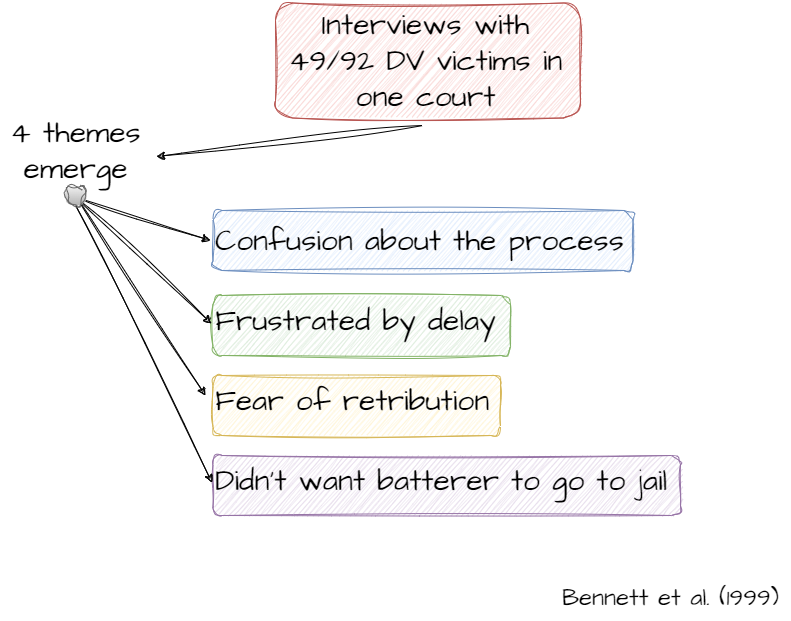
Earlier version of the draw.io export static/slides/crcj2510_ch2/bennett-et-al.png (jnixy/website). Source tidied: cells renumbered, new cells last; positions are measured from the earlier drawing's top-left corner, leaving out a move shared by most shapes. The source it was exported from:
```xml
<mxGraphModel>
  <root>
    <mxCell id="0" />
    <mxCell id="1" parent="0" />
    <mxCell id="2" style="rounded=1;whiteSpace=wrap;html=1;sketch=1;hachureGap=4;jiggle=2;curveFitting=1;fontFamily=Architects Daughter;fontSource=https%3A%2F%2Ffonts.googleapis.com%2Fcss%3Ffamily%3DArchitects%2BDaughter;fontSize=30;fillColor=#e1d5e7;strokeColor=#9673a6;" parent="1" vertex="1">
      <mxGeometry x="212.5" y="455" width="467.5" height="60" as="geometry" />
    </mxCell>
    <mxCell id="3" style="rounded=1;whiteSpace=wrap;html=1;sketch=1;hachureGap=4;jiggle=2;curveFitting=1;fontFamily=Architects Daughter;fontSource=https%3A%2F%2Ffonts.googleapis.com%2Fcss%3Ffamily%3DArchitects%2BDaughter;fontSize=30;fillColor=#fff2cc;strokeColor=#d6b656;" parent="1" vertex="1">
      <mxGeometry x="212.5" y="375" width="287.5" height="60" as="geometry" />
    </mxCell>
    <mxCell id="4" style="rounded=1;whiteSpace=wrap;html=1;sketch=1;hachureGap=4;jiggle=2;curveFitting=1;fontFamily=Architects Daughter;fontSource=https%3A%2F%2Ffonts.googleapis.com%2Fcss%3Ffamily%3DArchitects%2BDaughter;fontSize=30;fillColor=#d5e8d4;strokeColor=#82b366;" parent="1" vertex="1">
      <mxGeometry x="212.5" y="295" width="297.5" height="60" as="geometry" />
    </mxCell>
    <mxCell id="5" style="rounded=1;whiteSpace=wrap;html=1;sketch=1;hachureGap=4;jiggle=2;curveFitting=1;fontFamily=Architects Daughter;fontSource=https%3A%2F%2Ffonts.googleapis.com%2Fcss%3Ffamily%3DArchitects%2BDaughter;fontSize=30;fillColor=#dae8fc;strokeColor=#6c8ebf;" parent="1" vertex="1">
      <mxGeometry x="212.5" y="210" width="420" height="60" as="geometry" />
    </mxCell>
    <mxCell id="6" style="rounded=1;whiteSpace=wrap;html=1;sketch=1;hachureGap=4;jiggle=2;curveFitting=1;fontFamily=Architects Daughter;fontSource=https%3A%2F%2Ffonts.googleapis.com%2Fcss%3Ffamily%3DArchitects%2BDaughter;fontSize=30;fillColor=#f8cecc;strokeColor=#b85450;" parent="1" vertex="1">
      <mxGeometry x="275" y="2.5" width="305" height="115" as="geometry" />
    </mxCell>
    <mxCell id="7" value="&lt;font style=&quot;font-size: 30px;&quot;&gt;Interviews with&lt;br&gt;49/92 DV victims in&lt;br&gt;one court&lt;/font&gt;" style="text;html=1;align=center;verticalAlign=middle;points=[];strokeColor=none;fillColor=none;fontSize=26;fontFamily=Architects Daughter;sketch=1;hachureGap=4;jiggle=2;curveFitting=1;fontSource=https%3A%2F%2Ffonts.googleapis.com%2Fcss%3Ffamily%3DArchitects%2BDaughter;" parent="1" vertex="1">
      <mxGeometry x="275" width="300" height="120" as="geometry" />
    </mxCell>
    <mxCell id="8" value="Confusion about the process" style="text;html=1;align=left;verticalAlign=middle;strokeColor=none;fillColor=none;fontSize=30;fontFamily=Architects Daughter;sketch=1;hachureGap=4;jiggle=2;curveFitting=1;fontSource=https%3A%2F%2Ffonts.googleapis.com%2Fcss%3Ffamily%3DArchitects%2BDaughter;" parent="1" vertex="1">
      <mxGeometry x="212.5" y="215" width="430" height="50" as="geometry" />
    </mxCell>
    <mxCell id="9" value="Frustrated by delay" style="text;html=1;align=left;verticalAlign=middle;points=[];strokeColor=none;fillColor=none;fontSize=30;fontFamily=Architects Daughter;sketch=1;hachureGap=4;jiggle=2;curveFitting=1;fontSource=https%3A%2F%2Ffonts.googleapis.com%2Fcss%3Ffamily%3DArchitects%2BDaughter;" parent="1" vertex="1">
      <mxGeometry x="212.5" y="295" width="300" height="50" as="geometry" />
    </mxCell>
    <mxCell id="10" value="Fear of retribution" style="text;html=1;align=left;verticalAlign=middle;points=[];strokeColor=none;fillColor=none;fontSize=30;fontFamily=Architects Daughter;sketch=1;hachureGap=4;jiggle=2;curveFitting=1;fontSource=https%3A%2F%2Ffonts.googleapis.com%2Fcss%3Ffamily%3DArchitects%2BDaughter;" parent="1" vertex="1">
      <mxGeometry x="212.5" y="375" width="300" height="50" as="geometry" />
    </mxCell>
    <mxCell id="11" value="Didn't want batterer to go to jail" style="text;html=1;align=left;verticalAlign=middle;points=[];strokeColor=none;fillColor=none;fontSize=30;fontFamily=Architects Daughter;sketch=1;hachureGap=4;jiggle=2;curveFitting=1;fontSource=https%3A%2F%2Ffonts.googleapis.com%2Fcss%3Ffamily%3DArchitects%2BDaughter;" parent="1" vertex="1">
      <mxGeometry x="212.5" y="455" width="480" height="50" as="geometry" />
    </mxCell>
    <mxCell id="12" style="endArrow=classic;html=1;rounded=0;sketch=1;hachureGap=4;jiggle=2;curveFitting=1;fontFamily=Architects Daughter;fontSource=https%3A%2F%2Ffonts.googleapis.com%2Fcss%3Ffamily%3DArchitects%2BDaughter;fontSize=30;exitX=0.49;exitY=1.042;exitDx=0;exitDy=0;exitPerimeter=0;endFill=1;entryX=1.04;entryY=0.567;entryDx=0;entryDy=0;entryPerimeter=0;" parent="1" edge="1" source="7" target="17">
      <mxGeometry relative="1" as="geometry" />
    </mxCell>
    <mxCell id="13" style="endArrow=classic;html=1;rounded=0;sketch=1;hachureGap=4;jiggle=2;curveFitting=1;fontFamily=Architects Daughter;fontSource=https%3A%2F%2Ffonts.googleapis.com%2Fcss%3Ffamily%3DArchitects%2BDaughter;fontSize=30;exitX=0.527;exitY=1.033;exitDx=0;exitDy=0;exitPerimeter=0;" parent="1" edge="1" source="17">
      <mxGeometry relative="1" as="geometry">
        <mxPoint x="210" y="240" as="targetPoint" />
      </mxGeometry>
    </mxCell>
    <mxCell id="14" style="endArrow=classic;html=1;rounded=0;sketch=1;hachureGap=4;jiggle=2;curveFitting=1;fontFamily=Architects Daughter;fontSource=https%3A%2F%2Ffonts.googleapis.com%2Fcss%3Ffamily%3DArchitects%2BDaughter;fontSize=30;entryX=-0.005;entryY=0.56;entryDx=0;entryDy=0;entryPerimeter=0;exitX=0.5;exitY=1.022;exitDx=0;exitDy=0;exitPerimeter=0;" parent="1" edge="1" source="17" target="9">
      <mxGeometry relative="1" as="geometry" />
    </mxCell>
    <mxCell id="15" style="endArrow=classic;html=1;rounded=0;sketch=1;hachureGap=4;jiggle=2;curveFitting=1;fontFamily=Architects Daughter;fontSource=https%3A%2F%2Ffonts.googleapis.com%2Fcss%3Ffamily%3DArchitects%2BDaughter;fontSize=30;entryX=-0.025;entryY=0.4;entryDx=0;entryDy=0;entryPerimeter=0;exitX=0.5;exitY=1;exitDx=0;exitDy=0;exitPerimeter=0;" parent="1" edge="1" source="17" target="10">
      <mxGeometry relative="1" as="geometry" />
    </mxCell>
    <mxCell id="16" style="endArrow=classic;html=1;rounded=0;sketch=1;hachureGap=4;jiggle=2;curveFitting=1;fontFamily=Architects Daughter;fontSource=https%3A%2F%2Ffonts.googleapis.com%2Fcss%3Ffamily%3DArchitects%2BDaughter;fontSize=30;entryX=-0.002;entryY=0.544;entryDx=0;entryDy=0;entryPerimeter=0;exitX=0.513;exitY=1.011;exitDx=0;exitDy=0;exitPerimeter=0;startArrow=none;" parent="1" edge="1" source="19" target="11">
      <mxGeometry relative="1" as="geometry" />
    </mxCell>
    <mxCell id="17" value="4 themes&lt;br&gt;emerge" style="text;html=1;align=center;verticalAlign=middle;points=[];strokeColor=none;fillColor=none;fontSize=30;fontFamily=Architects Daughter;sketch=1;hachureGap=4;jiggle=2;curveFitting=1;fontSource=https%3A%2F%2Ffonts.googleapis.com%2Fcss%3Ffamily%3DArchitects%2BDaughter;" parent="1" vertex="1">
      <mxGeometry y="105" width="150" height="90" as="geometry" />
    </mxCell>
    <mxCell id="18" style="endArrow=none;html=1;rounded=0;sketch=1;hachureGap=4;jiggle=2;curveFitting=1;fontFamily=Architects Daughter;fontSource=https%3A%2F%2Ffonts.googleapis.com%2Fcss%3Ffamily%3DArchitects%2BDaughter;fontSize=30;entryX=-0.002;entryY=0.544;entryDx=0;entryDy=0;entryPerimeter=0;exitX=0.513;exitY=1.011;exitDx=0;exitDy=0;exitPerimeter=0;" parent="1" edge="1" source="17" target="19">
      <mxGeometry relative="1" as="geometry" />
    </mxCell>
    <mxCell id="19" style="ellipse;whiteSpace=wrap;html=1;sketch=1;hachureGap=4;jiggle=2;curveFitting=1;fontFamily=Architects Daughter;fontSource=https%3A%2F%2Ffonts.googleapis.com%2Fcss%3Ffamily%3DArchitects%2BDaughter;fontSize=30;fillColor=#f5f5f5;gradientColor=#b3b3b3;strokeColor=#666666;" parent="1" vertex="1">
      <mxGeometry x="65" y="185" width="20" height="20" as="geometry" />
    </mxCell>
    <mxCell id="20" value="&lt;font style=&quot;font-size: 24px;&quot;&gt;Bennett et al. (1999)&lt;/font&gt;" style="text;html=1;align=center;verticalAlign=middle;strokeColor=none;fillColor=none;fontSize=30;fontFamily=Architects Daughter;sketch=1;hachureGap=4;jiggle=2;curveFitting=1;fontSource=https%3A%2F%2Ffonts.googleapis.com%2Fcss%3Ffamily%3DArchitects%2BDaughter;" parent="1" vertex="1">
      <mxGeometry x="550" y="570" width="240" height="50" as="geometry" />
    </mxCell>
  </root>
</mxGraphModel>
```
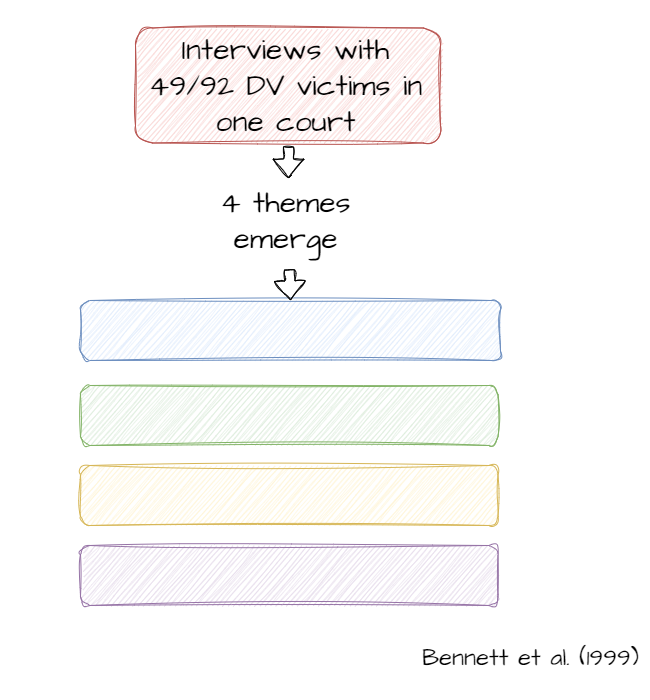
The same file after the commit.

Change to the diagram source:
```diff
@@ -2,64 +2,41 @@
   <root>
     <mxCell id="0" />
     <mxCell id="1" parent="0" />
+    <mxCell id="6" style="rounded=1;whiteSpace=wrap;html=1;sketch=1;hachureGap=4;jiggle=2;curveFitting=1;fontFamily=Architects Daughter;fontSource=https%3A%2F%2Ffonts.googleapis.com%2Fcss%3Ffamily%3DArchitects%2BDaughter;fontSize=30;fillColor=#f8cecc;strokeColor=#b85450;" parent="1" vertex="1">
+      <mxGeometry x="275" y="2.5" width="305" height="115" as="geometry" />
+    </mxCell>
+    <mxCell id="7" value="&lt;font style=&quot;font-size: 30px;&quot;&gt;Interviews with&lt;br&gt;49/92 DV victims in&lt;br&gt;one court&lt;/font&gt;" style="text;html=1;align=center;verticalAlign=middle;points=[];strokeColor=none;fillColor=none;fontSize=26;fontFamily=Architects Daughter;sketch=1;hachureGap=4;jiggle=2;curveFitting=1;fontSource=https%3A%2F%2Ffonts.googleapis.com%2Fcss%3Ffamily%3DArchitects%2BDaughter;" parent="1" vertex="1">
+      <mxGeometry x="275" width="300" height="120" as="geometry" />
+    </mxCell>
+    <mxCell id="17" value="4 themes&lt;br&gt;emerge" style="text;html=1;align=center;verticalAlign=middle;points=[];strokeColor=none;fillColor=none;fontSize=30;fontFamily=Architects Daughter;sketch=1;hachureGap=4;jiggle=2;curveFitting=1;fontSource=https%3A%2F%2Ffonts.googleapis.com%2Fcss%3Ffamily%3DArchitects%2BDaughter;" parent="1" vertex="1">
+      <mxGeometry x="350" y="150" width="150" height="90" as="geometry" />
+    </mxCell>
+    <mxCell id="20" value="&lt;font style=&quot;font-size: 24px;&quot;&gt;Bennett et al. (1999)&lt;/font&gt;" style="text;html=1;align=center;verticalAlign=middle;strokeColor=none;fillColor=none;fontSize=30;fontFamily=Architects Daughter;sketch=1;hachureGap=4;jiggle=2;curveFitting=1;fontSource=https%3A%2F%2Ffonts.googleapis.com%2Fcss%3Ffamily%3DArchitects%2BDaughter;" parent="1" vertex="1">
+      <mxGeometry x="550" y="605" width="240" height="50" as="geometry" />
+    </mxCell>
+    <mxCell id="21" style="group;" parent="1" vertex="1">
+      <mxGeometry x="220" y="275" width="420" height="305" as="geometry" />
+    </mxCell>
-    <mxCell id="2" style="rounded=1;whiteSpace=wrap;html=1;sketch=1;hachureGap=4;jiggle=2;curveFitting=1;fontFamily=Architects Daughter;fontSource=https%3A%2F%2Ffonts.googleapis.com%2Fcss%3Ffamily%3DArchitects%2BDaughter;fontSize=30;fillColor=#e1d5e7;strokeColor=#9673a6;" parent="1" vertex="1">
-      <mxGeometry x="212.5" y="455" width="467.5" height="60" as="geometry" />
+    <mxCell id="2" style="rounded=1;whiteSpace=wrap;html=1;sketch=1;hachureGap=4;jiggle=2;curveFitting=1;fontFamily=Architects Daughter;fontSource=https%3A%2F%2Ffonts.googleapis.com%2Fcss%3Ffamily%3DArchitects%2BDaughter;fontSize=30;fillColor=#e1d5e7;strokeColor=#9673a6;" parent="21" vertex="1">
+      <mxGeometry y="245" width="417.5" height="60" as="geometry" />
     </mxCell>
-    <mxCell id="3" style="rounded=1;whiteSpace=wrap;html=1;sketch=1;hachureGap=4;jiggle=2;curveFitting=1;fontFamily=Architects Daughter;fontSource=https%3A%2F%2Ffonts.googleapis.com%2Fcss%3Ffamily%3DArchitects%2BDaughter;fontSize=30;fillColor=#fff2cc;strokeColor=#d6b656;" parent="1" vertex="1">
-      <mxGeometry x="212.5" y="375" width="287.5" height="60" as="geometry" />
+    <mxCell id="3" style="rounded=1;whiteSpace=wrap;html=1;sketch=1;hachureGap=4;jiggle=2;curveFitting=1;fontFamily=Architects Daughter;fontSource=https%3A%2F%2Ffonts.googleapis.com%2Fcss%3Ffamily%3DArchitects%2BDaughter;fontSize=30;fillColor=#fff2cc;strokeColor=#d6b656;" parent="21" vertex="1">
+      <mxGeometry y="165" width="417.5" height="60" as="geometry" />
     </mxCell>
-    <mxCell id="4" style="rounded=1;whiteSpace=wrap;html=1;sketch=1;hachureGap=4;jiggle=2;curveFitting=1;fontFamily=Architects Daughter;fontSource=https%3A%2F%2Ffonts.googleapis.com%2Fcss%3Ffamily%3DArchitects%2BDaughter;fontSize=30;fillColor=#d5e8d4;strokeColor=#82b366;" parent="1" vertex="1">
-      <mxGeometry x="212.5" y="295" width="297.5" height="60" as="geometry" />
+    <mxCell id="4" style="rounded=1;whiteSpace=wrap;html=1;sketch=1;hachureGap=4;jiggle=2;curveFitting=1;fontFamily=Architects Daughter;fontSource=https%3A%2F%2Ffonts.googleapis.com%2Fcss%3Ffamily%3DArchitects%2BDaughter;fontSize=30;fillColor=#d5e8d4;strokeColor=#82b366;" parent="21" vertex="1">
+      <mxGeometry y="85" width="417.5" height="60" as="geometry" />
     </mxCell>
-    <mxCell id="5" style="rounded=1;whiteSpace=wrap;html=1;sketch=1;hachureGap=4;jiggle=2;curveFitting=1;fontFamily=Architects Daughter;fontSource=https%3A%2F%2Ffonts.googleapis.com%2Fcss%3Ffamily%3DArchitects%2BDaughter;fontSize=30;fillColor=#dae8fc;strokeColor=#6c8ebf;" parent="1" vertex="1">
-      <mxGeometry x="212.5" y="210" width="420" height="60" as="geometry" />
+    <mxCell id="5" style="rounded=1;whiteSpace=wrap;html=1;sketch=1;hachureGap=4;jiggle=2;curveFitting=1;fontFamily=Architects Daughter;fontSource=https%3A%2F%2Ffonts.googleapis.com%2Fcss%3Ffamily%3DArchitects%2BDaughter;fontSize=30;fillColor=#dae8fc;strokeColor=#6c8ebf;" parent="21" vertex="1">
+      <mxGeometry width="420" height="60" as="geometry" />
     </mxCell>
-    <mxCell id="6" style="rounded=1;whiteSpace=wrap;html=1;sketch=1;hachureGap=4;jiggle=2;curveFitting=1;fontFamily=Architects Daughter;fontSource=https%3A%2F%2Ffonts.googleapis.com%2Fcss%3Ffamily%3DArchitects%2BDaughter;fontSize=30;fillColor=#f8cecc;strokeColor=#b85450;" parent="1" vertex="1">
-      <mxGeometry x="275" y="2.5" width="305" height="115" as="geometry" />
-    </mxCell>
-    <mxCell id="7" value="&lt;font style=&quot;font-size: 30px;&quot;&gt;Interviews with&lt;br&gt;49/92 DV victims in&lt;br&gt;one court&lt;/font&gt;" style="text;html=1;align=center;verticalAlign=middle;points=[];strokeColor=none;fillColor=none;fontSize=26;fontFamily=Architects Daughter;sketch=1;hachureGap=4;jiggle=2;curveFitting=1;fontSource=https%3A%2F%2Ffonts.googleapis.com%2Fcss%3Ffamily%3DArchitects%2BDaughter;" parent="1" vertex="1">
-      <mxGeometry x="275" width="300" height="120" as="geometry" />
-    </mxCell>
-    <mxCell id="8" value="Confusion about the process" style="text;html=1;align=left;verticalAlign=middle;strokeColor=none;fillColor=none;fontSize=30;fontFamily=Architects Daughter;sketch=1;hachureGap=4;jiggle=2;curveFitting=1;fontSource=https%3A%2F%2Ffonts.googleapis.com%2Fcss%3Ffamily%3DArchitects%2BDaughter;" parent="1" vertex="1">
-      <mxGeometry x="212.5" y="215" width="430" height="50" as="geometry" />
-    </mxCell>
-    <mxCell id="9" value="Frustrated by delay" style="text;html=1;align=left;verticalAlign=middle;points=[];strokeColor=none;fillColor=none;fontSize=30;fontFamily=Architects Daughter;sketch=1;hachureGap=4;jiggle=2;curveFitting=1;fontSource=https%3A%2F%2Ffonts.googleapis.com%2Fcss%3Ffamily%3DArchitects%2BDaughter;" parent="1" vertex="1">
-      <mxGeometry x="212.5" y="295" width="300" height="50" as="geometry" />
-    </mxCell>
-    <mxCell id="10" value="Fear of retribution" style="text;html=1;align=left;verticalAlign=middle;points=[];strokeColor=none;fillColor=none;fontSize=30;fontFamily=Architects Daughter;sketch=1;hachureGap=4;jiggle=2;curveFitting=1;fontSource=https%3A%2F%2Ffonts.googleapis.com%2Fcss%3Ffamily%3DArchitects%2BDaughter;" parent="1" vertex="1">
-      <mxGeometry x="212.5" y="375" width="300" height="50" as="geometry" />
-    </mxCell>
-    <mxCell id="11" value="Didn't want batterer to go to jail" style="text;html=1;align=left;verticalAlign=middle;points=[];strokeColor=none;fillColor=none;fontSize=30;fontFamily=Architects Daughter;sketch=1;hachureGap=4;jiggle=2;curveFitting=1;fontSource=https%3A%2F%2Ffonts.googleapis.com%2Fcss%3Ffamily%3DArchitects%2BDaughter;" parent="1" vertex="1">
-      <mxGeometry x="212.5" y="455" width="480" height="50" as="geometry" />
-    </mxCell>
+    <mxCell id="22" style="shape=flexArrow;endArrow=classic;html=1;rounded=0;sketch=1;hachureGap=4;jiggle=2;curveFitting=1;fontFamily=Architects Daughter;fontSource=https%3A%2F%2Ffonts.googleapis.com%2Fcss%3Ffamily%3DArchitects%2BDaughter;entryX=0.5;entryY=0;entryDx=0;entryDy=0;exitX=0.527;exitY=1.044;exitDx=0;exitDy=0;exitPerimeter=0;" parent="1" edge="1" source="17" target="5">
+      <mxGeometry relative="1" as="geometry" />
+    </mxCell>
-    <mxCell id="12" style="endArrow=classic;html=1;rounded=0;sketch=1;hachureGap=4;jiggle=2;curveFitting=1;fontFamily=Architects Daughter;fontSource=https%3A%2F%2Ffonts.googleapis.com%2Fcss%3Ffamily%3DArchitects%2BDaughter;fontSize=30;exitX=0.49;exitY=1.042;exitDx=0;exitDy=0;exitPerimeter=0;endFill=1;entryX=1.04;entryY=0.567;entryDx=0;entryDy=0;entryPerimeter=0;" parent="1" edge="1" source="7" target="17">
+    <mxCell id="12" style="shape=flexArrow;endArrow=classic;html=1;rounded=0;sketch=1;hachureGap=4;jiggle=2;curveFitting=1;fontFamily=Architects Daughter;fontSource=https%3A%2F%2Ffonts.googleapis.com%2Fcss%3Ffamily%3DArchitects%2BDaughter;entryX=0.52;entryY=0.033;entryDx=0;entryDy=0;entryPerimeter=0;exitX=0.51;exitY=1.008;exitDx=0;exitDy=0;exitPerimeter=0;" parent="1" edge="1" source="7" target="17">
       <mxGeometry relative="1" as="geometry" />
     </mxCell>
-    <mxCell id="13" style="endArrow=classic;html=1;rounded=0;sketch=1;hachureGap=4;jiggle=2;curveFitting=1;fontFamily=Architects Daughter;fontSource=https%3A%2F%2Ffonts.googleapis.com%2Fcss%3Ffamily%3DArchitects%2BDaughter;fontSize=30;exitX=0.527;exitY=1.033;exitDx=0;exitDy=0;exitPerimeter=0;" parent="1" edge="1" source="17">
-      <mxGeometry relative="1" as="geometry">
-        <mxPoint x="210" y="240" as="targetPoint" />
-      </mxGeometry>
-    </mxCell>
-    <mxCell id="14" style="endArrow=classic;html=1;rounded=0;sketch=1;hachureGap=4;jiggle=2;curveFitting=1;fontFamily=Architects Daughter;fontSource=https%3A%2F%2Ffonts.googleapis.com%2Fcss%3Ffamily%3DArchitects%2BDaughter;fontSize=30;entryX=-0.005;entryY=0.56;entryDx=0;entryDy=0;entryPerimeter=0;exitX=0.5;exitY=1.022;exitDx=0;exitDy=0;exitPerimeter=0;" parent="1" edge="1" source="17" target="9">
-      <mxGeometry relative="1" as="geometry" />
-    </mxCell>
-    <mxCell id="15" style="endArrow=classic;html=1;rounded=0;sketch=1;hachureGap=4;jiggle=2;curveFitting=1;fontFamily=Architects Daughter;fontSource=https%3A%2F%2Ffonts.googleapis.com%2Fcss%3Ffamily%3DArchitects%2BDaughter;fontSize=30;entryX=-0.025;entryY=0.4;entryDx=0;entryDy=0;entryPerimeter=0;exitX=0.5;exitY=1;exitDx=0;exitDy=0;exitPerimeter=0;" parent="1" edge="1" source="17" target="10">
-      <mxGeometry relative="1" as="geometry" />
-    </mxCell>
-    <mxCell id="16" style="endArrow=classic;html=1;rounded=0;sketch=1;hachureGap=4;jiggle=2;curveFitting=1;fontFamily=Architects Daughter;fontSource=https%3A%2F%2Ffonts.googleapis.com%2Fcss%3Ffamily%3DArchitects%2BDaughter;fontSize=30;entryX=-0.002;entryY=0.544;entryDx=0;entryDy=0;entryPerimeter=0;exitX=0.513;exitY=1.011;exitDx=0;exitDy=0;exitPerimeter=0;startArrow=none;" parent="1" edge="1" source="19" target="11">
-      <mxGeometry relative="1" as="geometry" />
-    </mxCell>
-    <mxCell id="17" value="4 themes&lt;br&gt;emerge" style="text;html=1;align=center;verticalAlign=middle;points=[];strokeColor=none;fillColor=none;fontSize=30;fontFamily=Architects Daughter;sketch=1;hachureGap=4;jiggle=2;curveFitting=1;fontSource=https%3A%2F%2Ffonts.googleapis.com%2Fcss%3Ffamily%3DArchitects%2BDaughter;" parent="1" vertex="1">
-      <mxGeometry y="105" width="150" height="90" as="geometry" />
-    </mxCell>
-    <mxCell id="18" style="endArrow=none;html=1;rounded=0;sketch=1;hachureGap=4;jiggle=2;curveFitting=1;fontFamily=Architects Daughter;fontSource=https%3A%2F%2Ffonts.googleapis.com%2Fcss%3Ffamily%3DArchitects%2BDaughter;fontSize=30;entryX=-0.002;entryY=0.544;entryDx=0;entryDy=0;entryPerimeter=0;exitX=0.513;exitY=1.011;exitDx=0;exitDy=0;exitPerimeter=0;" parent="1" edge="1" source="17" target="19">
-      <mxGeometry relative="1" as="geometry" />
-    </mxCell>
-    <mxCell id="19" style="ellipse;whiteSpace=wrap;html=1;sketch=1;hachureGap=4;jiggle=2;curveFitting=1;fontFamily=Architects Daughter;fontSource=https%3A%2F%2Ffonts.googleapis.com%2Fcss%3Ffamily%3DArchitects%2BDaughter;fontSize=30;fillColor=#f5f5f5;gradientColor=#b3b3b3;strokeColor=#666666;" parent="1" vertex="1">
-      <mxGeometry x="65" y="185" width="20" height="20" as="geometry" />
-    </mxCell>
-    <mxCell id="20" value="&lt;font style=&quot;font-size: 24px;&quot;&gt;Bennett et al. (1999)&lt;/font&gt;" style="text;html=1;align=center;verticalAlign=middle;strokeColor=none;fillColor=none;fontSize=30;fontFamily=Architects Daughter;sketch=1;hachureGap=4;jiggle=2;curveFitting=1;fontSource=https%3A%2F%2Ffonts.googleapis.com%2Fcss%3Ffamily%3DArchitects%2BDaughter;" parent="1" vertex="1">
-      <mxGeometry x="550" y="570" width="240" height="50" as="geometry" />
-    </mxCell>
+    <mxCell id="23" style="rounded=0;whiteSpace=wrap;html=1;sketch=1;hachureGap=4;jiggle=2;curveFitting=1;fontFamily=Architects Daughter;fontSource=https%3A%2F%2Ffonts.googleapis.com%2Fcss%3Ffamily%3DArchitects%2BDaughter;fillColor=none;strokeColor=none;" parent="1" vertex="1">
+      <mxGeometry x="140" y="-25" width="650" height="700" as="geometry" />
+    </mxCell>
   </root>
 </mxGraphModel>
```
